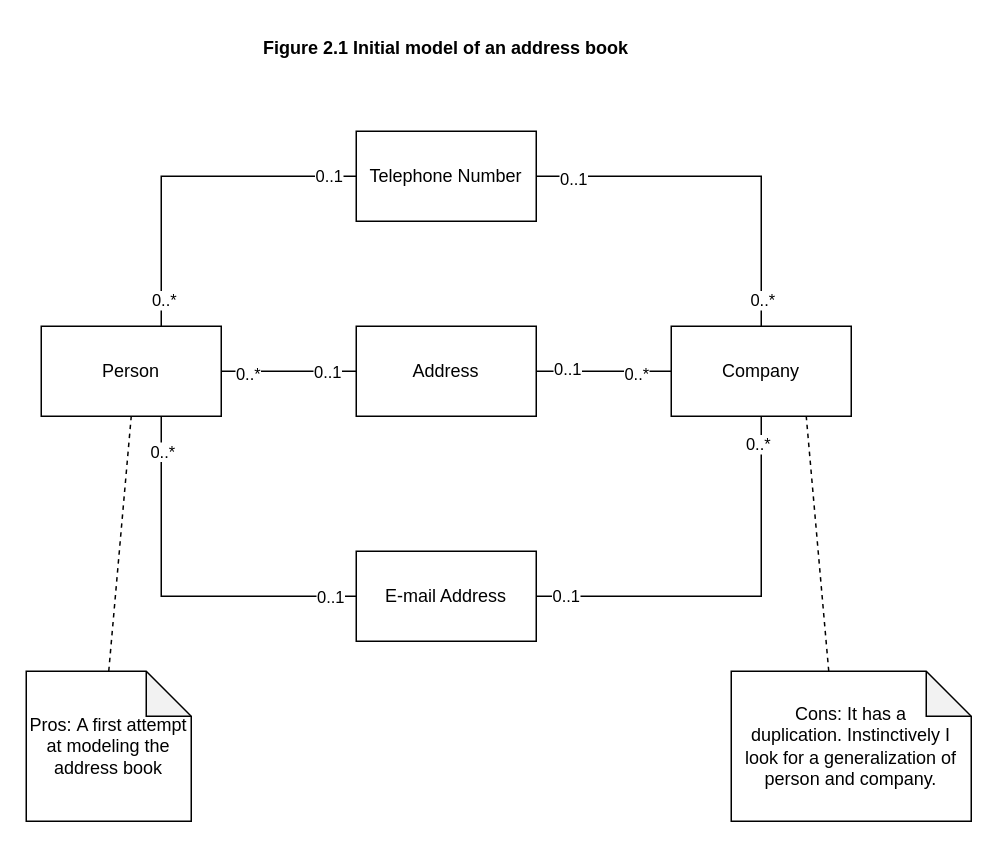
The draw.io diagram analysis-patterns-2-1-Initial-model-of-an-address-book.drawio in wubin28/analysis-patterns-diagrams-in-uml, before the edit. Source tidied: cells renumbered, new cells numbered last; positions are measured from the earlier drawing's top-left corner, leaving out a move shared by most shapes. Both pictures are drawn from the tidied source at 150%, with x=0, y=0 at pixel (26, 26).
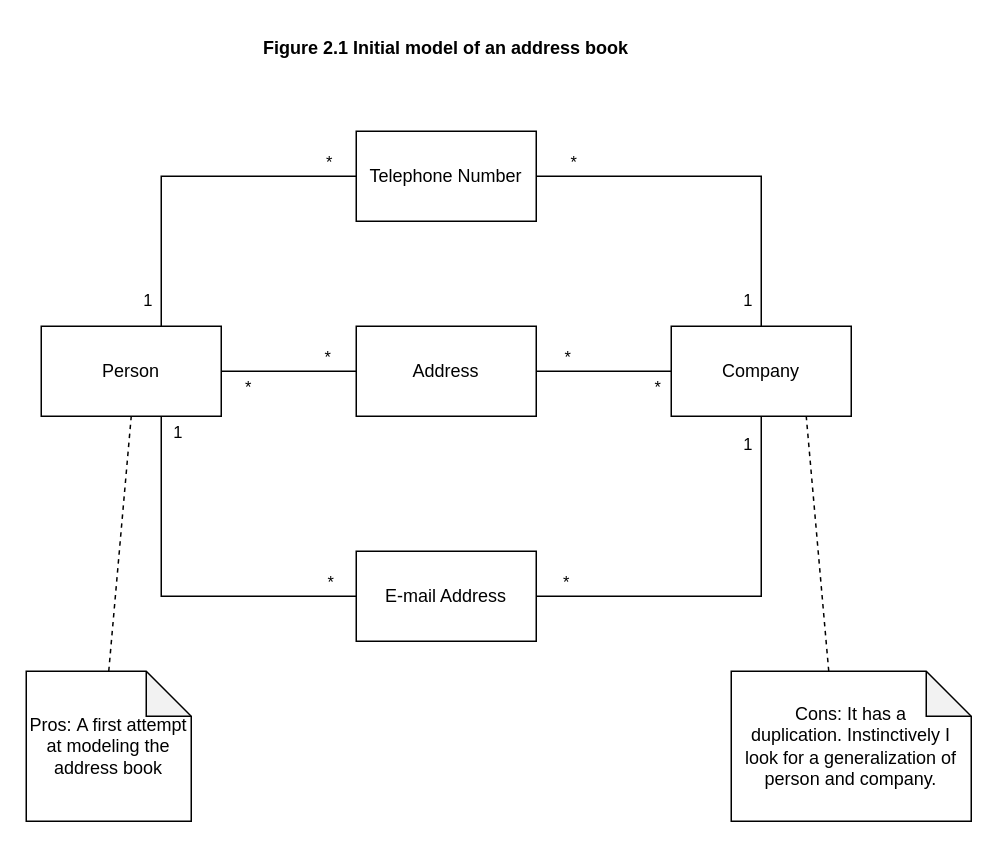
Above is the later version.

Commit message (it also covers changes not shown here):
refactor: update multiplicities in figure 2.1

The change refers to these unchanged cells:
```xml
<mxCell id="2" style="edgeStyle=orthogonalEdgeStyle;rounded=0;jettySize=auto;html=1;exitX=1;exitY=0.5;exitDx=0;exitDy=0;entryX=0;entryY=0.5;entryDx=0;entryDy=0;endArrow=none;endFill=0;" parent="1" edge="1" source="11" target="19">
  <mxGeometry relative="1" as="geometry" />
</mxCell>
<mxCell id="5" style="edgeStyle=orthogonalEdgeStyle;rounded=0;jettySize=auto;html=1;entryX=0;entryY=0.5;entryDx=0;entryDy=0;endArrow=none;endFill=0;" parent="1" edge="1" source="11" target="15">
  <mxGeometry relative="1" as="geometry">
    <Array as="points">
      <mxPoint x="90" y="100" />
    </Array>
  </mxGeometry>
</mxCell>
<mxCell id="8" style="edgeStyle=orthogonalEdgeStyle;rounded=0;jettySize=auto;html=1;entryX=0;entryY=0.5;entryDx=0;entryDy=0;endArrow=none;endFill=0;" parent="1" edge="1" source="11" target="24">
  <mxGeometry relative="1" as="geometry">
    <Array as="points">
      <mxPoint x="90" y="380" />
    </Array>
  </mxGeometry>
</mxCell>
<mxCell id="12" style="edgeStyle=orthogonalEdgeStyle;rounded=0;jettySize=auto;html=1;entryX=0.5;entryY=0;entryDx=0;entryDy=0;endArrow=none;endFill=0;" parent="1" edge="1" source="15" target="20">
  <mxGeometry relative="1" as="geometry" />
</mxCell>
<mxCell id="16" style="edgeStyle=orthogonalEdgeStyle;rounded=0;jettySize=auto;html=1;exitX=1;exitY=0.5;exitDx=0;exitDy=0;entryX=0;entryY=0.5;entryDx=0;entryDy=0;endArrow=none;endFill=0;" parent="1" edge="1" source="19" target="20">
  <mxGeometry relative="1" as="geometry" />
</mxCell>
<mxCell id="21" style="edgeStyle=orthogonalEdgeStyle;rounded=0;jettySize=auto;html=1;entryX=0.5;entryY=1;entryDx=0;entryDy=0;endArrow=none;endFill=0;" parent="1" edge="1" source="24" target="20">
  <mxGeometry relative="1" as="geometry" />
</mxCell>
```

Change to the diagram source:
```diff
@@
-    <mxCell id="3" value="0..1" style="edgeLabel;html=1;align=center;verticalAlign=middle;" parent="2" vertex="1">
+    <mxCell id="3" value="*" style="edgeLabel;html=1;align=center;verticalAlign=middle;" parent="2" vertex="1">
       <mxGeometry x="0.2" y="-1" relative="1" as="geometry">
-        <mxPoint x="16" y="-1" as="offset" />
+        <mxPoint x="16" y="-11" as="offset" />
       </mxGeometry>
     </mxCell>
-    <mxCell id="4" value="0..*" style="edgeLabel;html=1;align=center;verticalAlign=middle;" parent="2" vertex="1">
-      <mxGeometry x="-0.62" y="-1" relative="1" as="geometry" />
+    <mxCell id="4" value="*" style="edgeLabel;html=1;align=center;verticalAlign=middle;" parent="2" vertex="1">
+      <mxGeometry x="-0.62" y="-1" relative="1" as="geometry">
+        <mxPoint y="9" as="offset" />
+      </mxGeometry>
     </mxCell>
@@
-    <mxCell id="6" value="0..1" style="edgeLabel;html=1;align=center;verticalAlign=middle;" parent="5" vertex="1">
+    <mxCell id="6" value="*" style="edgeLabel;html=1;align=center;verticalAlign=middle;" parent="5" vertex="1">
       <mxGeometry x="0.7" y="1" relative="1" as="geometry">
-        <mxPoint x="15" as="offset" />
+        <mxPoint x="15" y="-9" as="offset" />
       </mxGeometry>
     </mxCell>
-    <mxCell id="7" value="0..*" style="edgeLabel;html=1;align=center;verticalAlign=middle;" parent="5" vertex="1">
-      <mxGeometry x="-0.84" y="-1" relative="1" as="geometry" />
+    <mxCell id="7" value="1" style="edgeLabel;html=1;align=center;verticalAlign=middle;" parent="5" vertex="1">
+      <mxGeometry x="-0.84" y="-1" relative="1" as="geometry">
+        <mxPoint x="-11" as="offset" />
+      </mxGeometry>
     </mxCell>
@@
-    <mxCell id="9" value="0..*" style="edgeLabel;html=1;align=center;verticalAlign=middle;" parent="8" vertex="1">
-      <mxGeometry x="-0.82" relative="1" as="geometry" />
+    <mxCell id="9" value="1" style="edgeLabel;html=1;align=center;verticalAlign=middle;" parent="8" vertex="1">
+      <mxGeometry x="-0.82" relative="1" as="geometry">
+        <mxPoint x="10" y="-13" as="offset" />
+      </mxGeometry>
     </mxCell>
-    <mxCell id="10" value="0..1" style="edgeLabel;html=1;align=center;verticalAlign=middle;" parent="8" vertex="1">
-      <mxGeometry x="0.86" relative="1" as="geometry" />
+    <mxCell id="10" value="*" style="edgeLabel;html=1;align=center;verticalAlign=middle;" parent="8" vertex="1">
+      <mxGeometry x="0.86" relative="1" as="geometry">
+        <mxPoint y="-10" as="offset" />
+      </mxGeometry>
     </mxCell>
@@
-    <mxCell id="13" value="0..1" style="edgeLabel;html=1;align=center;verticalAlign=middle;" parent="12" vertex="1">
-      <mxGeometry x="-0.81" y="-1" relative="1" as="geometry" />
+    <mxCell id="13" value="*" style="edgeLabel;html=1;align=center;verticalAlign=middle;" parent="12" vertex="1">
+      <mxGeometry x="-0.81" y="-1" relative="1" as="geometry">
+        <mxPoint y="-11" as="offset" />
+      </mxGeometry>
     </mxCell>
-    <mxCell id="14" value="0..*" style="edgeLabel;html=1;align=center;verticalAlign=middle;" parent="12" vertex="1">
-      <mxGeometry x="0.86" relative="1" as="geometry" />
+    <mxCell id="14" value="1" style="edgeLabel;html=1;align=center;verticalAlign=middle;" parent="12" vertex="1">
+      <mxGeometry x="0.86" relative="1" as="geometry">
+        <mxPoint x="-10" as="offset" />
+      </mxGeometry>
     </mxCell>
@@
-    <mxCell id="17" value="0..1" style="edgeLabel;html=1;align=center;verticalAlign=middle;" parent="16" vertex="1">
+    <mxCell id="17" value="*" style="edgeLabel;html=1;align=center;verticalAlign=middle;" parent="16" vertex="1">
       <mxGeometry x="-0.77" y="2" relative="1" as="geometry">
-        <mxPoint x="10" as="offset" />
+        <mxPoint x="10" y="-8" as="offset" />
       </mxGeometry>
     </mxCell>
-    <mxCell id="18" value="0..*" style="edgeLabel;html=1;align=center;verticalAlign=middle;" parent="16" vertex="1">
-      <mxGeometry x="0.46" y="-1" relative="1" as="geometry" />
+    <mxCell id="18" value="*" style="edgeLabel;html=1;align=center;verticalAlign=middle;" parent="16" vertex="1">
+      <mxGeometry x="0.46" y="-1" relative="1" as="geometry">
+        <mxPoint x="14" y="9" as="offset" />
+      </mxGeometry>
     </mxCell>
@@
-    <mxCell id="22" value="0..1" style="edgeLabel;html=1;align=center;verticalAlign=middle;" parent="21" vertex="1">
+    <mxCell id="22" value="*" style="edgeLabel;html=1;align=center;verticalAlign=middle;" parent="21" vertex="1">
       <mxGeometry x="-0.9" y="1" relative="1" as="geometry">
-        <mxPoint x="6" as="offset" />
+        <mxPoint x="6" y="-9" as="offset" />
       </mxGeometry>
     </mxCell>
-    <mxCell id="23" value="0..*" style="edgeLabel;html=1;align=center;verticalAlign=middle;" parent="21" vertex="1">
-      <mxGeometry x="0.87" y="3" relative="1" as="geometry" />
+    <mxCell id="23" value="1" style="edgeLabel;html=1;align=center;verticalAlign=middle;" parent="21" vertex="1">
+      <mxGeometry x="0.87" y="3" relative="1" as="geometry">
+        <mxPoint x="-7" as="offset" />
+      </mxGeometry>
     </mxCell>
```
